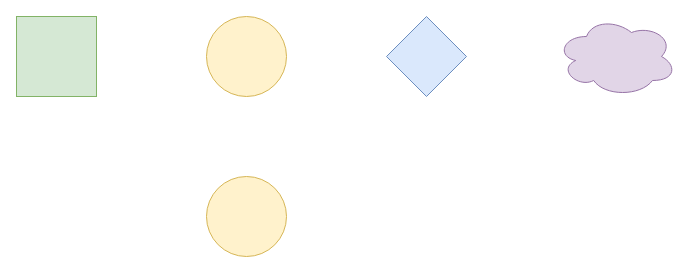
Earlier version of the draw.io diagram ebooking/ebooking数据结构.drawio (caixuecheng/track-drawio). Source tidied: cells renumbered, new cells numbered last; positions are measured from the earlier drawing's top-left corner, leaving out a move shared by most shapes. Both pictures are drawn from the tidied source at 100%, with x=0, y=0 at pixel (16, 16).
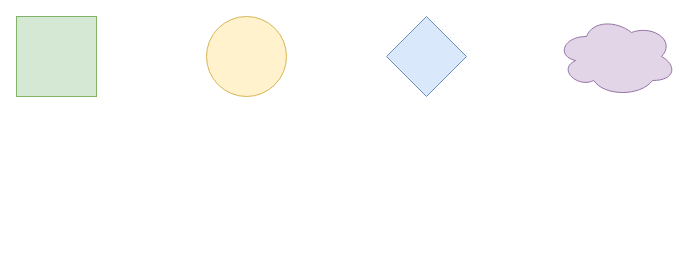
The same page after the edit.

Commit message:
更新ebooking数据结构.drawio1

What changed in the source:
```diff
@@
 <mxGraphModel>
   <root>
     <mxCell id="0" />
     <mxCell id="1" parent="0" />
     <mxCell id="2" style="whiteSpace=wrap;html=1;fillColor=#d5e8d4;strokeColor=#82b366;" parent="1" vertex="1">
       <mxGeometry width="80" height="80" as="geometry" />
     </mxCell>
     <mxCell id="3" style="ellipse;whiteSpace=wrap;html=1;fillColor=#fff2cc;strokeColor=#d6b656;" parent="1" vertex="1">
       <mxGeometry x="190" width="80" height="80" as="geometry" />
     </mxCell>
     <mxCell id="4" style="rhombus;whiteSpace=wrap;html=1;fillColor=#dae8fc;strokeColor=#6c8ebf;" parent="1" vertex="1">
       <mxGeometry x="370" width="80" height="80" as="geometry" />
     </mxCell>
     <mxCell id="5" style="ellipse;shape=cloud;whiteSpace=wrap;html=1;fillColor=#e1d5e7;strokeColor=#9673a6;" parent="1" vertex="1">
       <mxGeometry x="540" width="120" height="80" as="geometry" />
     </mxCell>
-    <mxCell id="6" style="ellipse;whiteSpace=wrap;html=1;fillColor=#fff2cc;strokeColor=#d6b656;" parent="1" vertex="1">
-      <mxGeometry x="190" y="160" width="80" height="80" as="geometry" />
-    </mxCell>
   </root>
 </mxGraphModel>
```
